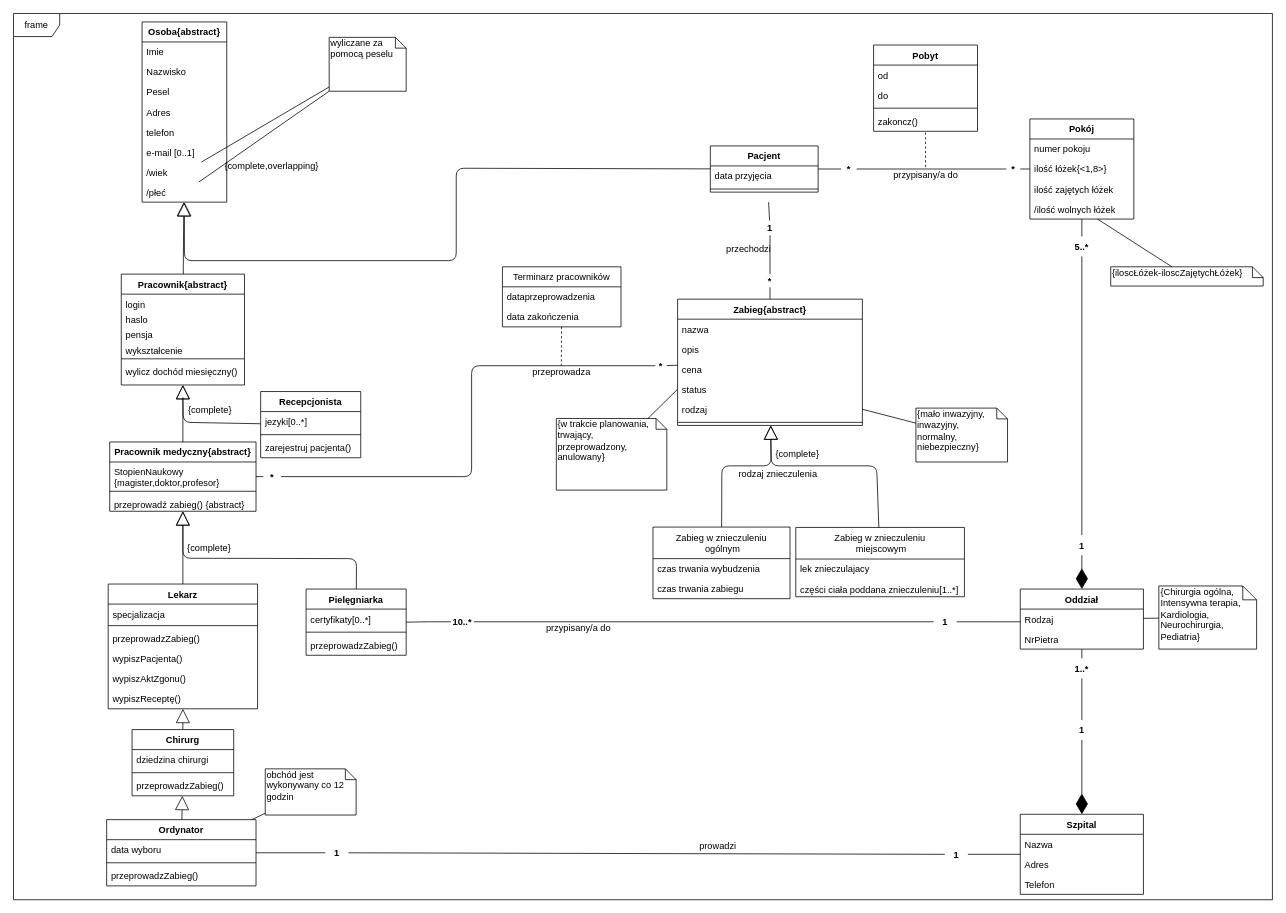
AleksanderStaruch/HospitalUML keeps this draw.io diagram as page "class" (1 of 7) of Szpital.drawio. Above is the earlier version. Source tidied: cells renumbered, new cells numbered last; positions are measured from the earlier drawing's top-left corner, leaving out a move shared by most shapes. Both pictures are drawn from the tidied source at 77%, with x=0, y=0 at pixel (13, 13).
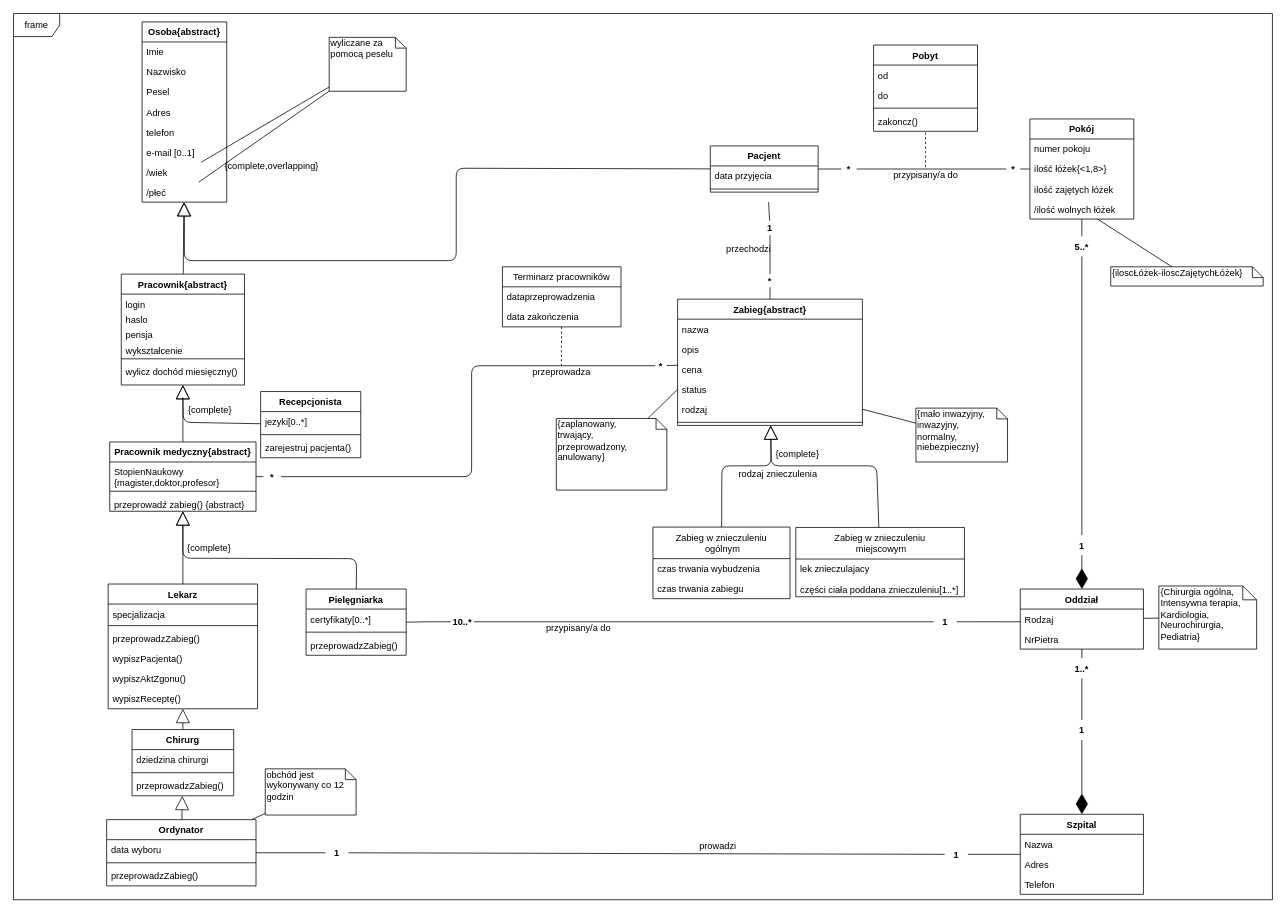
The same page after the edit.

The edit, as a diff of the source:
```diff
@@
-    <mxCell id="64" value="{&lt;span&gt;w trakcie planowania,&lt;br&gt;trwający,&lt;br&gt;przeprowadzony,&lt;br&gt;anulowany&lt;/span&gt;}" style="shape=note;whiteSpace=wrap;html=1;size=14;verticalAlign=top;align=left;spacingTop=-6;" parent="1" vertex="1">
+    <mxCell id="64" value="{&lt;span&gt;zaplanowany,&lt;br&gt;trwający,&lt;br&gt;przeprowadzony,&lt;br&gt;anulowany&lt;/span&gt;}" style="shape=note;whiteSpace=wrap;html=1;size=14;verticalAlign=top;align=left;spacingTop=-6;" parent="1" vertex="1">
       <mxGeometry x="705" y="526" width="143.5" height="93" as="geometry" />
     </mxCell>
```
